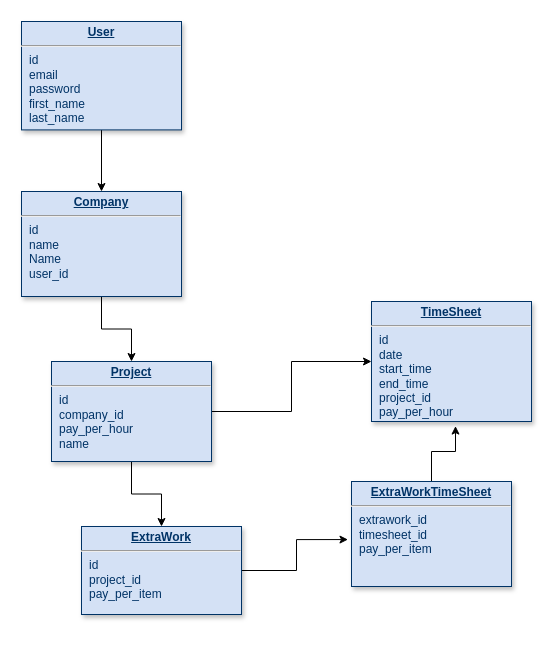
Above: diagram.drawio in MohammadMirsafaei/work-time-tracker (draw.io), before the change. Source tidied: cells renumbered, new cells numbered last; positions are measured from the earlier drawing's top-left corner, leaving out a move shared by most shapes. Both pictures are drawn from the tidied source at 100%, with x=0, y=0 at pixel (21, 21).
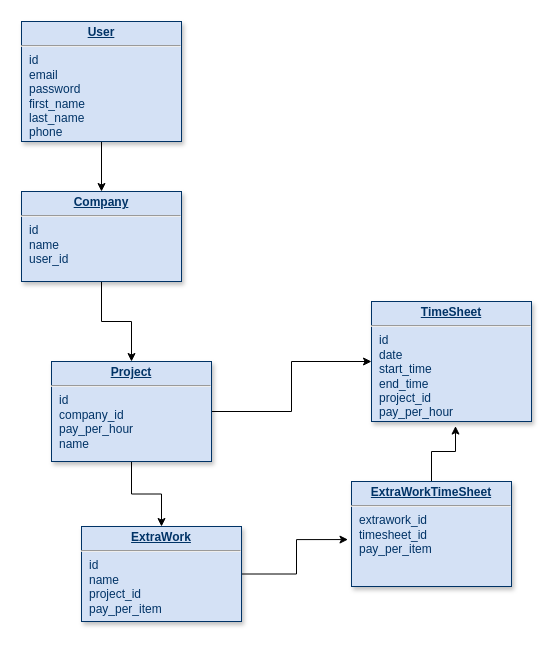
The same page after the edit.

The edit, as a diff of the source:
```diff
@@
 <mxGraphModel background="#ffffff">
   <root>
     <mxCell id="0" />
     <mxCell id="1" parent="0" />
     <mxCell id="2" value="&lt;p style=&quot;margin: 0px ; margin-top: 4px ; text-align: center ; text-decoration: underline&quot;&gt;&lt;b&gt;TimeSheet&lt;/b&gt;&lt;/p&gt;&lt;hr&gt;&lt;p style=&quot;margin: 0px ; margin-left: 8px&quot;&gt;id&lt;/p&gt;&lt;p style=&quot;margin: 0px ; margin-left: 8px&quot;&gt;date&lt;/p&gt;&lt;p style=&quot;margin: 0px ; margin-left: 8px&quot;&gt;start_time&lt;/p&gt;&lt;p style=&quot;margin: 0px ; margin-left: 8px&quot;&gt;end_time&lt;/p&gt;&lt;p style=&quot;margin: 0px ; margin-left: 8px&quot;&gt;project_id&lt;/p&gt;&lt;p style=&quot;margin: 0px ; margin-left: 8px&quot;&gt;pay_per_hour&lt;/p&gt;" style="verticalAlign=top;align=left;overflow=fill;fontSize=12;fontFamily=Helvetica;html=1;strokeColor=#003366;shadow=1;fillColor=#D4E1F5;fontColor=#003366;" parent="1" vertex="1">
       <mxGeometry x="350" y="280" width="160" height="120" as="geometry" />
     </mxCell>
     <mxCell id="3" style="edgeStyle=orthogonalEdgeStyle;rounded=0;jettySize=auto;html=1;" parent="1" edge="1" source="4" target="7">
       <mxGeometry relative="1" as="geometry" />
     </mxCell>
-    <mxCell id="4" value="&lt;p style=&quot;margin: 0px ; margin-top: 4px ; text-align: center ; text-decoration: underline&quot;&gt;&lt;strong&gt;Company&lt;/strong&gt;&lt;/p&gt;&lt;hr&gt;&lt;p style=&quot;margin: 0px ; margin-left: 8px&quot;&gt;id&lt;/p&gt;&lt;p style=&quot;margin: 0px ; margin-left: 8px&quot;&gt;name&lt;/p&gt;&lt;p style=&quot;margin: 0px ; margin-left: 8px&quot;&gt;Name&lt;/p&gt;&lt;p style=&quot;margin: 0px ; margin-left: 8px&quot;&gt;user_id&lt;/p&gt;&lt;p style=&quot;margin: 0px ; margin-left: 8px&quot;&gt;&lt;br&gt;&lt;/p&gt;" style="verticalAlign=top;align=left;overflow=fill;fontSize=12;fontFamily=Helvetica;html=1;strokeColor=#003366;shadow=1;fillColor=#D4E1F5;fontColor=#003366;" parent="1" vertex="1">
-      <mxGeometry y="170" width="160" height="105" as="geometry" />
+    <mxCell id="4" value="&lt;p style=&quot;margin: 0px ; margin-top: 4px ; text-align: center ; text-decoration: underline&quot;&gt;&lt;strong&gt;Company&lt;/strong&gt;&lt;/p&gt;&lt;hr&gt;&lt;p style=&quot;margin: 0px ; margin-left: 8px&quot;&gt;id&lt;/p&gt;&lt;p style=&quot;margin: 0px ; margin-left: 8px&quot;&gt;name&lt;/p&gt;&lt;p style=&quot;margin: 0px ; margin-left: 8px&quot;&gt;&lt;span&gt;user_id&lt;/span&gt;&lt;/p&gt;&lt;p style=&quot;margin: 0px ; margin-left: 8px&quot;&gt;&lt;br&gt;&lt;/p&gt;" style="verticalAlign=top;align=left;overflow=fill;fontSize=12;fontFamily=Helvetica;html=1;strokeColor=#003366;shadow=1;fillColor=#D4E1F5;fontColor=#003366;" parent="1" vertex="1">
+      <mxGeometry y="170" width="160" height="90" as="geometry" />
     </mxCell>
     <mxCell id="5" style="edgeStyle=orthogonalEdgeStyle;rounded=0;jettySize=auto;html=1;entryX=0;entryY=0.5;entryDx=0;entryDy=0;" parent="1" edge="1" source="7" target="2">
       <mxGeometry relative="1" as="geometry" />
     </mxCell>
     <mxCell id="6" style="edgeStyle=orthogonalEdgeStyle;rounded=0;jettySize=auto;html=1;" parent="1" edge="1" source="7" target="11">
       <mxGeometry relative="1" as="geometry" />
     </mxCell>
     <mxCell id="7" value="&lt;p style=&quot;margin: 0px ; margin-top: 4px ; text-align: center ; text-decoration: underline&quot;&gt;&lt;strong&gt;Project&lt;/strong&gt;&lt;/p&gt;&lt;hr&gt;&lt;p style=&quot;margin: 0px ; margin-left: 8px&quot;&gt;id&lt;/p&gt;&lt;p style=&quot;margin: 0px ; margin-left: 8px&quot;&gt;company_id&lt;/p&gt;&lt;p style=&quot;margin: 0px ; margin-left: 8px&quot;&gt;pay_per_hour&lt;/p&gt;&lt;p style=&quot;margin: 0px ; margin-left: 8px&quot;&gt;name&lt;/p&gt;" style="verticalAlign=top;align=left;overflow=fill;fontSize=12;fontFamily=Helvetica;html=1;strokeColor=#003366;shadow=1;fillColor=#D4E1F5;fontColor=#003366;" parent="1" vertex="1">
       <mxGeometry x="30" y="340" width="160" height="100" as="geometry" />
     </mxCell>
     <mxCell id="8" style="edgeStyle=orthogonalEdgeStyle;rounded=0;jettySize=auto;html=1;entryX=0.5;entryY=0;entryDx=0;entryDy=0;" parent="1" edge="1" source="9" target="4">
       <mxGeometry relative="1" as="geometry" />
     </mxCell>
-    <mxCell id="9" value="&lt;p style=&quot;margin: 0px ; margin-top: 4px ; text-align: center ; text-decoration: underline&quot;&gt;&lt;strong&gt;User&lt;/strong&gt;&lt;/p&gt;&lt;hr&gt;&lt;p style=&quot;margin: 0px ; margin-left: 8px&quot;&gt;id&lt;/p&gt;&lt;p style=&quot;margin: 0px ; margin-left: 8px&quot;&gt;email&lt;/p&gt;&lt;p style=&quot;margin: 0px ; margin-left: 8px&quot;&gt;password&lt;/p&gt;&lt;p style=&quot;margin: 0px ; margin-left: 8px&quot;&gt;first_name&lt;/p&gt;&lt;p style=&quot;margin: 0px ; margin-left: 8px&quot;&gt;last_name&lt;/p&gt;" style="verticalAlign=top;align=left;overflow=fill;fontSize=12;fontFamily=Helvetica;html=1;strokeColor=#003366;shadow=1;fillColor=#D4E1F5;fontColor=#003366;" parent="1" vertex="1">
-      <mxGeometry width="160" height="108.4" as="geometry" />
+    <mxCell id="9" value="&lt;p style=&quot;margin: 0px ; margin-top: 4px ; text-align: center ; text-decoration: underline&quot;&gt;&lt;strong&gt;User&lt;/strong&gt;&lt;/p&gt;&lt;hr&gt;&lt;p style=&quot;margin: 0px ; margin-left: 8px&quot;&gt;id&lt;/p&gt;&lt;p style=&quot;margin: 0px ; margin-left: 8px&quot;&gt;email&lt;/p&gt;&lt;p style=&quot;margin: 0px ; margin-left: 8px&quot;&gt;password&lt;/p&gt;&lt;p style=&quot;margin: 0px ; margin-left: 8px&quot;&gt;first_name&lt;/p&gt;&lt;p style=&quot;margin: 0px ; margin-left: 8px&quot;&gt;last_name&lt;/p&gt;&lt;p style=&quot;margin: 0px ; margin-left: 8px&quot;&gt;phone&lt;/p&gt;" style="verticalAlign=top;align=left;overflow=fill;fontSize=12;fontFamily=Helvetica;html=1;strokeColor=#003366;shadow=1;fillColor=#D4E1F5;fontColor=#003366;" parent="1" vertex="1">
+      <mxGeometry width="160" height="120" as="geometry" />
     </mxCell>
     <mxCell id="10" style="edgeStyle=orthogonalEdgeStyle;rounded=0;jettySize=auto;html=1;entryX=-0.022;entryY=0.553;entryDx=0;entryDy=0;entryPerimeter=0;" parent="1" edge="1" source="11" target="13">
       <mxGeometry relative="1" as="geometry" />
     </mxCell>
-    <mxCell id="11" value="&lt;p style=&quot;margin: 0px ; margin-top: 4px ; text-align: center ; text-decoration: underline&quot;&gt;&lt;b&gt;ExtraWork&lt;/b&gt;&lt;/p&gt;&lt;hr&gt;&lt;p style=&quot;margin: 0px ; margin-left: 8px&quot;&gt;id&lt;/p&gt;&lt;p style=&quot;margin: 0px ; margin-left: 8px&quot;&gt;project_id&lt;/p&gt;&lt;p style=&quot;margin: 0px ; margin-left: 8px&quot;&gt;pay_per_item&lt;/p&gt;" style="verticalAlign=top;align=left;overflow=fill;fontSize=12;fontFamily=Helvetica;html=1;strokeColor=#003366;shadow=1;fillColor=#D4E1F5;fontColor=#003366;" parent="1" vertex="1">
-      <mxGeometry x="60" y="505" width="160" height="88" as="geometry" />
+    <mxCell id="11" value="&lt;p style=&quot;margin: 0px ; margin-top: 4px ; text-align: center ; text-decoration: underline&quot;&gt;&lt;b&gt;ExtraWork&lt;/b&gt;&lt;/p&gt;&lt;hr&gt;&lt;p style=&quot;margin: 0px ; margin-left: 8px&quot;&gt;id&lt;/p&gt;&lt;p style=&quot;margin: 0px ; margin-left: 8px&quot;&gt;name&lt;/p&gt;&lt;p style=&quot;margin: 0px ; margin-left: 8px&quot;&gt;project_id&lt;/p&gt;&lt;p style=&quot;margin: 0px ; margin-left: 8px&quot;&gt;pay_per_item&lt;/p&gt;" style="verticalAlign=top;align=left;overflow=fill;fontSize=12;fontFamily=Helvetica;html=1;strokeColor=#003366;shadow=1;fillColor=#D4E1F5;fontColor=#003366;" parent="1" vertex="1">
+      <mxGeometry x="60" y="505" width="160" height="95" as="geometry" />
     </mxCell>
     <mxCell id="12" style="edgeStyle=orthogonalEdgeStyle;rounded=0;jettySize=auto;html=1;entryX=0.525;entryY=1.038;entryDx=0;entryDy=0;entryPerimeter=0;" parent="1" edge="1" source="13" target="2">
       <mxGeometry relative="1" as="geometry" />
     </mxCell>
     <mxCell id="13" value="&lt;p style=&quot;margin: 0px ; margin-top: 4px ; text-align: center ; text-decoration: underline&quot;&gt;&lt;b&gt;ExtraWorkTimeSheet&lt;/b&gt;&lt;/p&gt;&lt;hr&gt;&lt;p style=&quot;margin: 0px ; margin-left: 8px&quot;&gt;&lt;span&gt;extrawork_id&lt;/span&gt;&lt;br&gt;&lt;/p&gt;&lt;p style=&quot;margin: 0px ; margin-left: 8px&quot;&gt;&lt;span&gt;timesheet_id&lt;/span&gt;&lt;/p&gt;&lt;p style=&quot;margin: 0px ; margin-left: 8px&quot;&gt;pay_per_item&lt;/p&gt;" style="verticalAlign=top;align=left;overflow=fill;fontSize=12;fontFamily=Helvetica;html=1;strokeColor=#003366;shadow=1;fillColor=#D4E1F5;fontColor=#003366;" parent="1" vertex="1">
       <mxGeometry x="330" y="460" width="160" height="105" as="geometry" />
     </mxCell>
   </root>
 </mxGraphModel>
```
